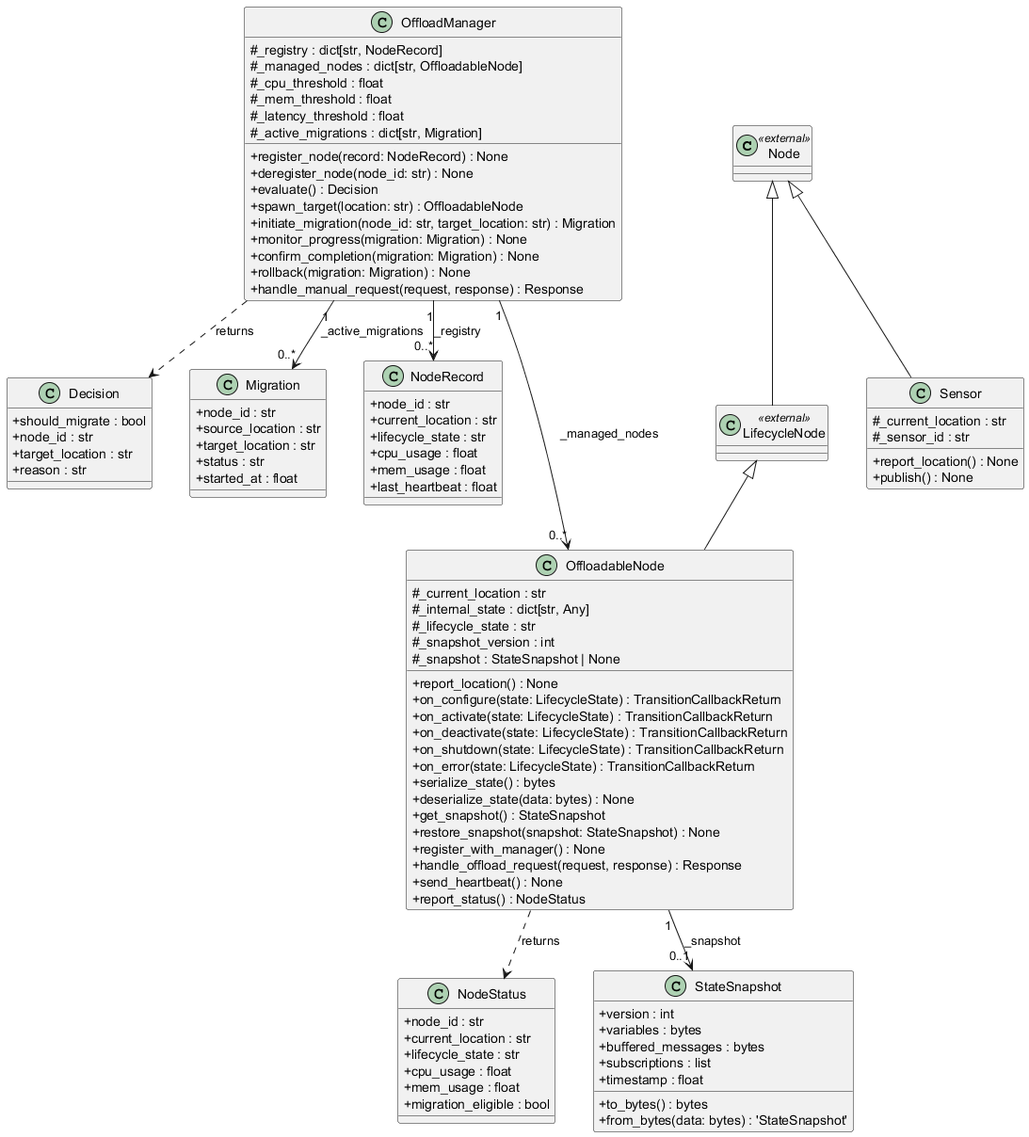
Before: diagrams/classes_task_offloading.png, a diagram exported from PlantUML (tridibbanik17/Task_Offloading_Initial_Architecture).
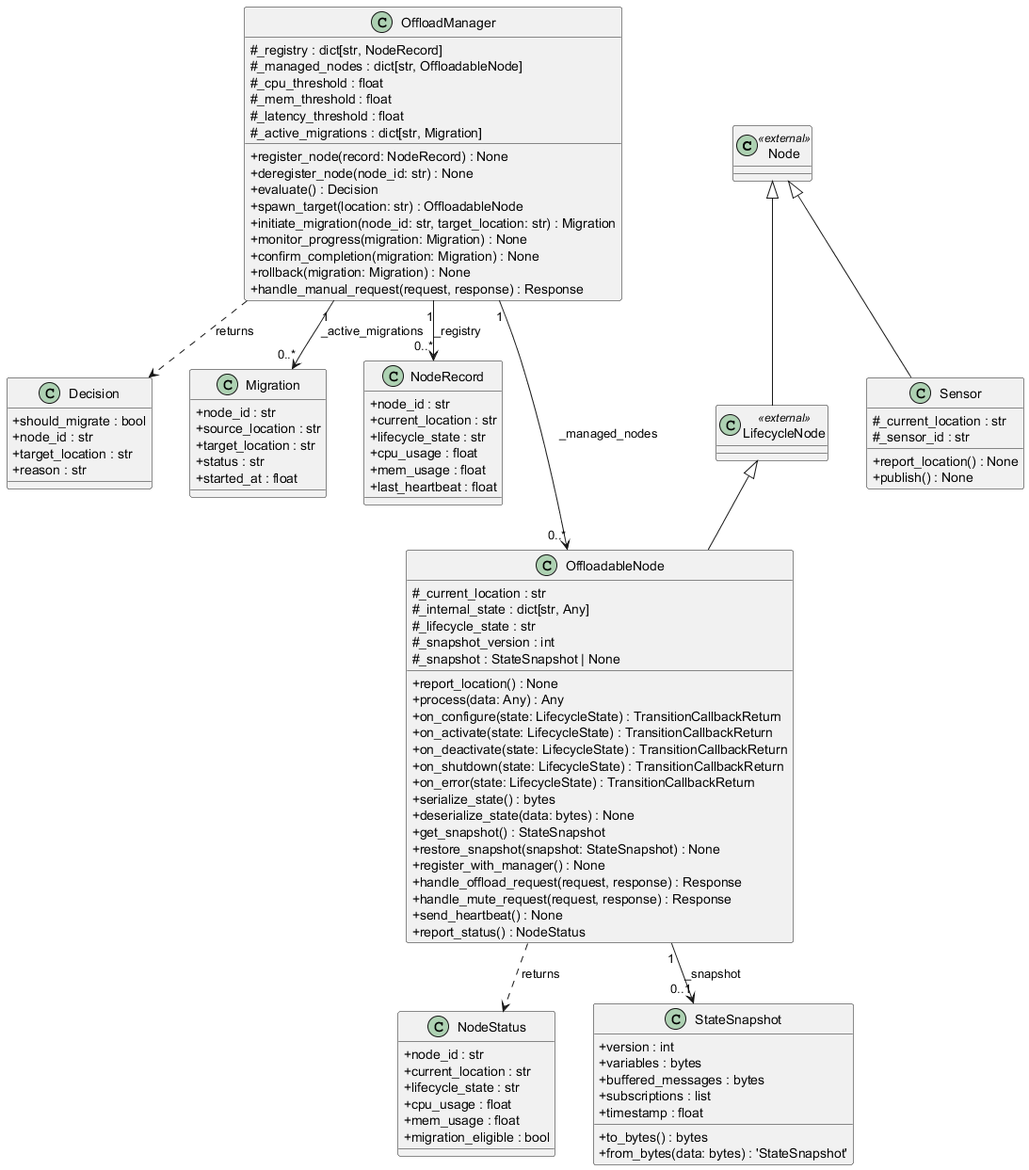
Above is the later version.

Commit message:
Add process() and handle_mute_request() to OffloadableNode; Manager-triggered mute in sequence diagram

What changed in the source:
```diff
@@ -77,6 +77,7 @@
   # _snapshot_version : int
   # _snapshot : StateSnapshot | None
   + report_location() : None
+  + process(data: Any) : Any
   + on_configure(state: LifecycleState) : TransitionCallbackReturn
   + on_activate(state: LifecycleState) : TransitionCallbackReturn
   + on_deactivate(state: LifecycleState) : TransitionCallbackReturn
@@ -88,6 +89,7 @@
   + restore_snapshot(snapshot: StateSnapshot) : None
   + register_with_manager() : None
   + handle_offload_request(request, response) : Response
+  + handle_mute_request(request, response) : Response
   + send_heartbeat() : None
   + report_status() : NodeStatus
 }
```
